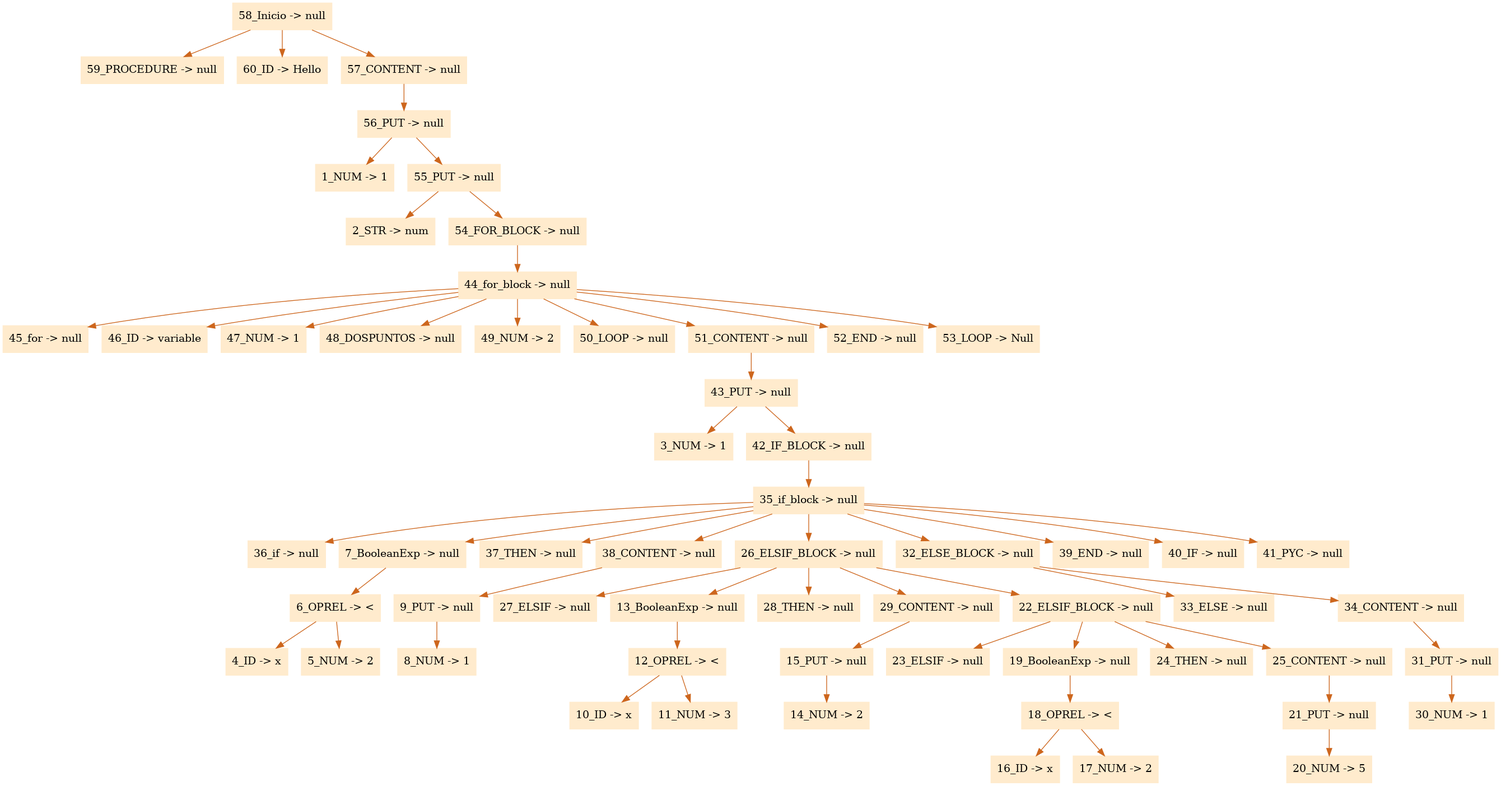
FranciscoPagoaga/Ada95-Compiler keeps this Graphviz diagram as CompiladorAda/arbol.png. Above is the earlier version. Its source is kept beside it as CompiladorAda/arbol.dot.
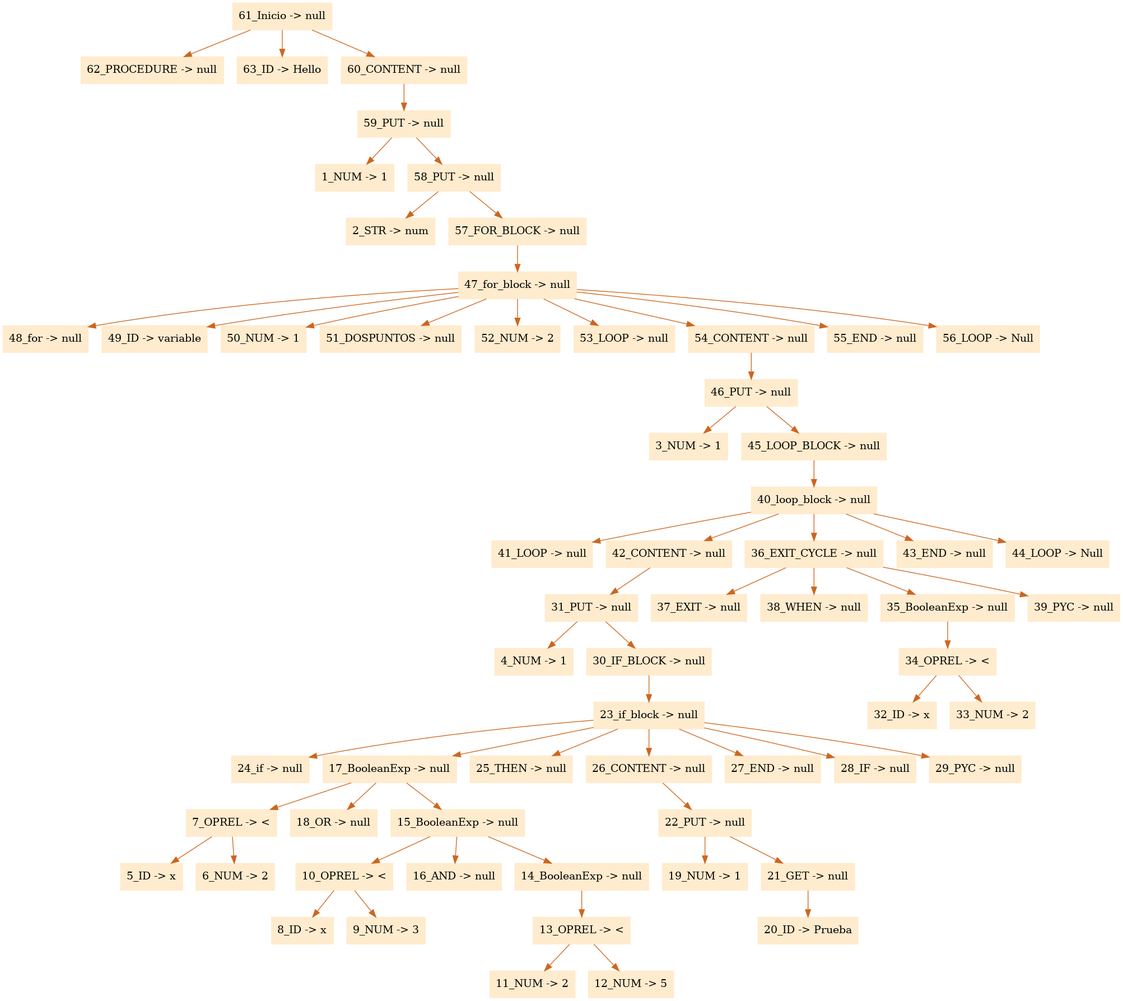
The same file after the commit.

Commit message:
Creacion de gramatica loop AST y arreglo de gram.

What changed in the source:
```diff
@@ -1,64 +1,67 @@
 digraph G {node[shape=box, style=filled, color=blanchedalmond]; edge[color=chocolate3];rankdir=UD
 
-"58_Inicio -> null"->"59_PROCEDURE -> null"
-"58_Inicio -> null"->"60_ID -> Hello"
-"58_Inicio -> null"->"57_CONTENT -> null"
-"57_CONTENT -> null"->"56_PUT -> null"
-"56_PUT -> null"->"1_NUM -> 1"
-"56_PUT -> null"->"55_PUT -> null"
-"55_PUT -> null"->"2_STR -> num"
-"55_PUT -> null"->"54_FOR_BLOCK -> null"
-"54_FOR_BLOCK -> null"->"44_for_block -> null"
-"44_for_block -> null"->"45_for -> null"
-"44_for_block -> null"->"46_ID -> variable"
-"44_for_block -> null"->"47_NUM -> 1"
-"44_for_block -> null"->"48_DOSPUNTOS -> null"
-"44_for_block -> null"->"49_NUM -> 2"
-"44_for_block -> null"->"50_LOOP -> null"
-"44_for_block -> null"->"51_CONTENT -> null"
-"51_CONTENT -> null"->"43_PUT -> null"
-"43_PUT -> null"->"3_NUM -> 1"
-"43_PUT -> null"->"42_IF_BLOCK -> null"
-"42_IF_BLOCK -> null"->"35_if_block -> null"
-"35_if_block -> null"->"36_if -> null"
-"35_if_block -> null"->"7_BooleanExp -> null"
-"7_BooleanExp -> null"->"6_OPREL -> <"
-"6_OPREL -> <"->"4_ID -> x"
-"6_OPREL -> <"->"5_NUM -> 2"
-"35_if_block -> null"->"37_THEN -> null"
-"35_if_block -> null"->"38_CONTENT -> null"
-"38_CONTENT -> null"->"9_PUT -> null"
-"9_PUT -> null"->"8_NUM -> 1"
-"35_if_block -> null"->"26_ELSIF_BLOCK -> null"
-"26_ELSIF_BLOCK -> null"->"27_ELSIF -> null"
-"26_ELSIF_BLOCK -> null"->"13_BooleanExp -> null"
-"13_BooleanExp -> null"->"12_OPREL -> <"
-"12_OPREL -> <"->"10_ID -> x"
-"12_OPREL -> <"->"11_NUM -> 3"
-"26_ELSIF_BLOCK -> null"->"28_THEN -> null"
-"26_ELSIF_BLOCK -> null"->"29_CONTENT -> null"
-"29_CONTENT -> null"->"15_PUT -> null"
-"15_PUT -> null"->"14_NUM -> 2"
-"26_ELSIF_BLOCK -> null"->"22_ELSIF_BLOCK -> null"
-"22_ELSIF_BLOCK -> null"->"23_ELSIF -> null"
-"22_ELSIF_BLOCK -> null"->"19_BooleanExp -> null"
-"19_BooleanExp -> null"->"18_OPREL -> <"
-"18_OPREL -> <"->"16_ID -> x"
-"18_OPREL -> <"->"17_NUM -> 2"
-"22_ELSIF_BLOCK -> null"->"24_THEN -> null"
-"22_ELSIF_BLOCK -> null"->"25_CONTENT -> null"
-"25_CONTENT -> null"->"21_PUT -> null"
-"21_PUT -> null"->"20_NUM -> 5"
-"35_if_block -> null"->"32_ELSE_BLOCK -> null"
-"32_ELSE_BLOCK -> null"->"33_ELSE -> null"
-"32_ELSE_BLOCK -> null"->"34_CONTENT -> null"
-"34_CONTENT -> null"->"31_PUT -> null"
-"31_PUT -> null"->"30_NUM -> 1"
-"35_if_block -> null"->"39_END -> null"
-"35_if_block -> null"->"40_IF -> null"
-"35_if_block -> null"->"41_PYC -> null"
-"44_for_block -> null"->"52_END -> null"
-"44_for_block -> null"->"53_LOOP -> Null"
+"61_Inicio -> null"->"62_PROCEDURE -> null"
+"61_Inicio -> null"->"63_ID -> Hello"
+"61_Inicio -> null"->"60_CONTENT -> null"
+"60_CONTENT -> null"->"59_PUT -> null"
+"59_PUT -> null"->"1_NUM -> 1"
+"59_PUT -> null"->"58_PUT -> null"
+"58_PUT -> null"->"2_STR -> num"
+"58_PUT -> null"->"57_FOR_BLOCK -> null"
+"57_FOR_BLOCK -> null"->"47_for_block -> null"
+"47_for_block -> null"->"48_for -> null"
+"47_for_block -> null"->"49_ID -> variable"
+"47_for_block -> null"->"50_NUM -> 1"
+"47_for_block -> null"->"51_DOSPUNTOS -> null"
+"47_for_block -> null"->"52_NUM -> 2"
+"47_for_block -> null"->"53_LOOP -> null"
+"47_for_block -> null"->"54_CONTENT -> null"
+"54_CONTENT -> null"->"46_PUT -> null"
+"46_PUT -> null"->"3_NUM -> 1"
+"46_PUT -> null"->"45_LOOP_BLOCK -> null"
+"45_LOOP_BLOCK -> null"->"40_loop_block -> null"
+"40_loop_block -> null"->"41_LOOP -> null"
+"40_loop_block -> null"->"42_CONTENT -> null"
+"42_CONTENT -> null"->"31_PUT -> null"
+"31_PUT -> null"->"4_NUM -> 1"
+"31_PUT -> null"->"30_IF_BLOCK -> null"
+"30_IF_BLOCK -> null"->"23_if_block -> null"
+"23_if_block -> null"->"24_if -> null"
+"23_if_block -> null"->"17_BooleanExp -> null"
+"17_BooleanExp -> null"->"7_OPREL -> <"
+"7_OPREL -> <"->"5_ID -> x"
+"7_OPREL -> <"->"6_NUM -> 2"
+"17_BooleanExp -> null"->"18_OR -> null"
+"17_BooleanExp -> null"->"15_BooleanExp -> null"
+"15_BooleanExp -> null"->"10_OPREL -> <"
+"10_OPREL -> <"->"8_ID -> x"
+"10_OPREL -> <"->"9_NUM -> 3"
+"15_BooleanExp -> null"->"16_AND -> null"
+"15_BooleanExp -> null"->"14_BooleanExp -> null"
+"14_BooleanExp -> null"->"13_OPREL -> <"
+"13_OPREL -> <"->"11_NUM -> 2"
+"13_OPREL -> <"->"12_NUM -> 5"
+"23_if_block -> null"->"25_THEN -> null"
+"23_if_block -> null"->"26_CONTENT -> null"
+"26_CONTENT -> null"->"22_PUT -> null"
+"22_PUT -> null"->"19_NUM -> 1"
+"22_PUT -> null"->"21_GET -> null"
+"21_GET -> null"->"20_ID -> Prueba"
+"23_if_block -> null"->"27_END -> null"
+"23_if_block -> null"->"28_IF -> null"
+"23_if_block -> null"->"29_PYC -> null"
+"40_loop_block -> null"->"36_EXIT_CYCLE -> null"
+"36_EXIT_CYCLE -> null"->"37_EXIT -> null"
+"36_EXIT_CYCLE -> null"->"38_WHEN -> null"
+"36_EXIT_CYCLE -> null"->"35_BooleanExp -> null"
+"35_BooleanExp -> null"->"34_OPREL -> <"
+"34_OPREL -> <"->"32_ID -> x"
+"34_OPREL -> <"->"33_NUM -> 2"
+"36_EXIT_CYCLE -> null"->"39_PYC -> null"
+"40_loop_block -> null"->"43_END -> null"
+"40_loop_block -> null"->"44_LOOP -> Null"
+"47_for_block -> null"->"55_END -> null"
+"47_for_block -> null"->"56_LOOP -> Null"
 
 
 }
```
